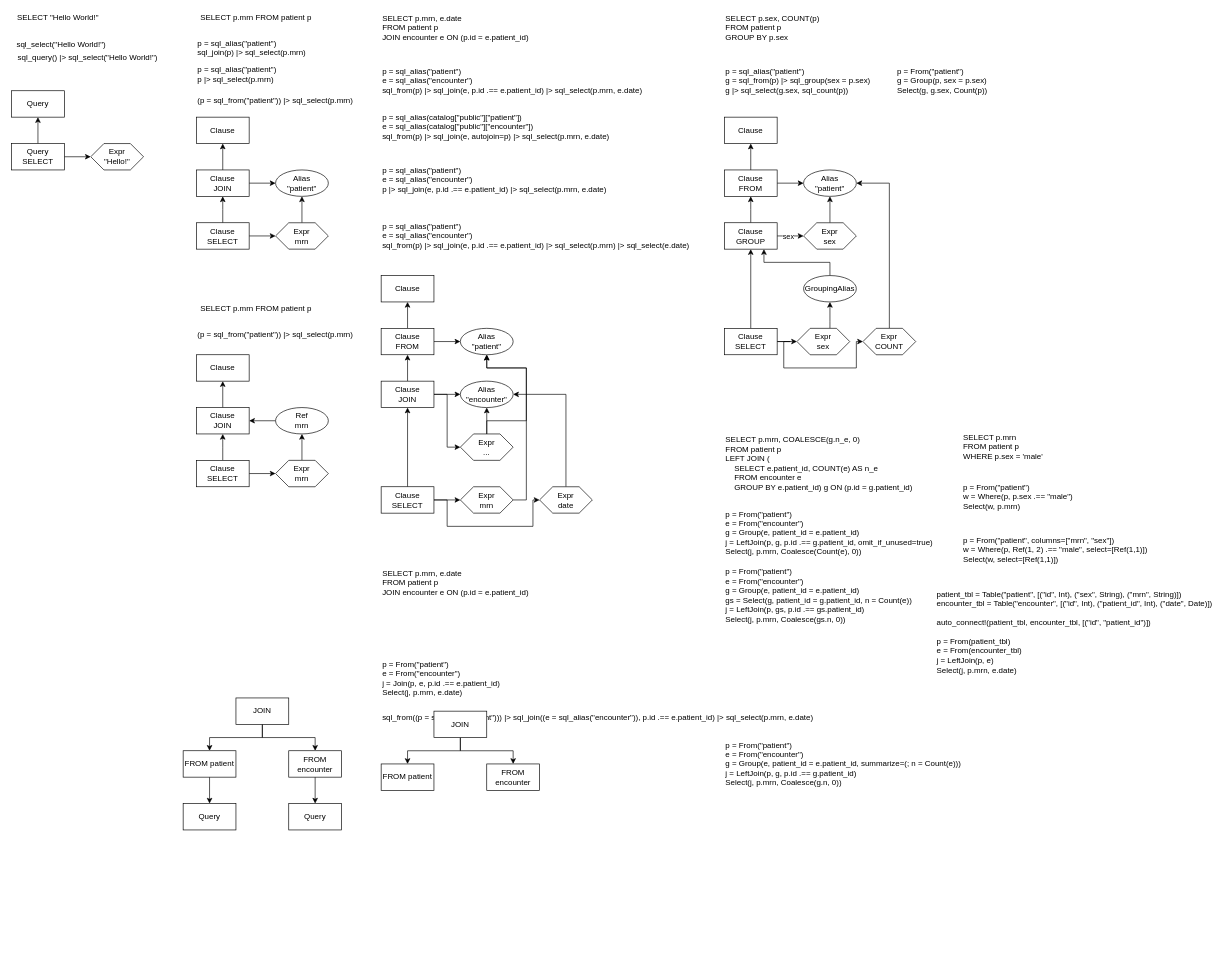
The draw.io diagram page "FunSQL.jl" (2 of 4) of sql-dsl.drawio in rbt-lang/diagrams, before the edit. Source tidied: cells renumbered, new cells numbered last; positions are measured from the earlier drawing's top-left corner, leaving out a move shared by most shapes. Both pictures are drawn from the tidied source at 66%, with x=0, y=0 at pixel (11, 11).
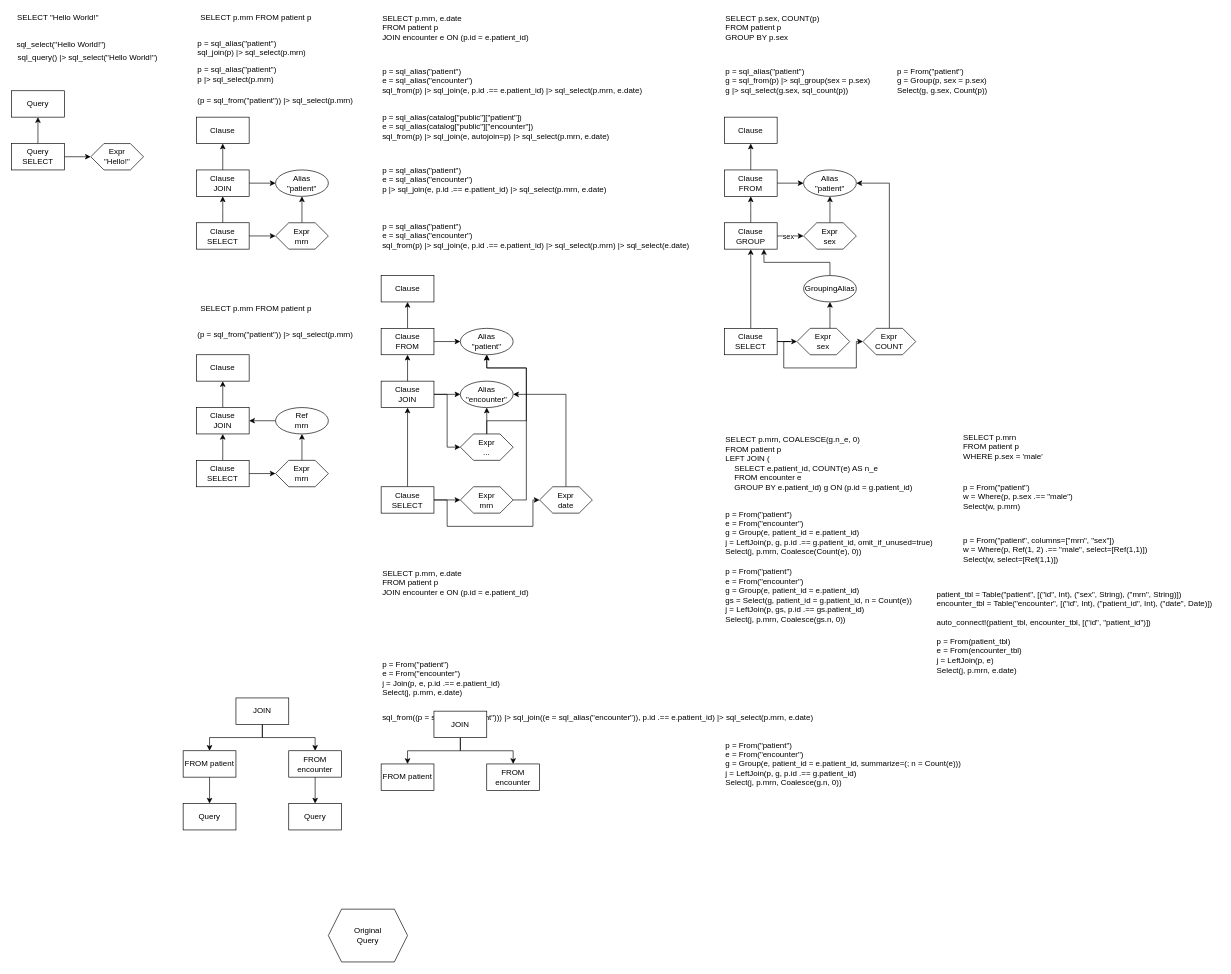
After the change.

What changed in the source:
```diff
@@
+    <mxCell id="111" value="Original&lt;br&gt;Query" style="shape=hexagon;perimeter=hexagonPerimeter2;whiteSpace=wrap;html=1;fixedSize=1;" parent="1" vertex="1">
+      <mxGeometry x="480" y="1360" width="120" height="80" as="geometry" />
+    </mxCell>
```
